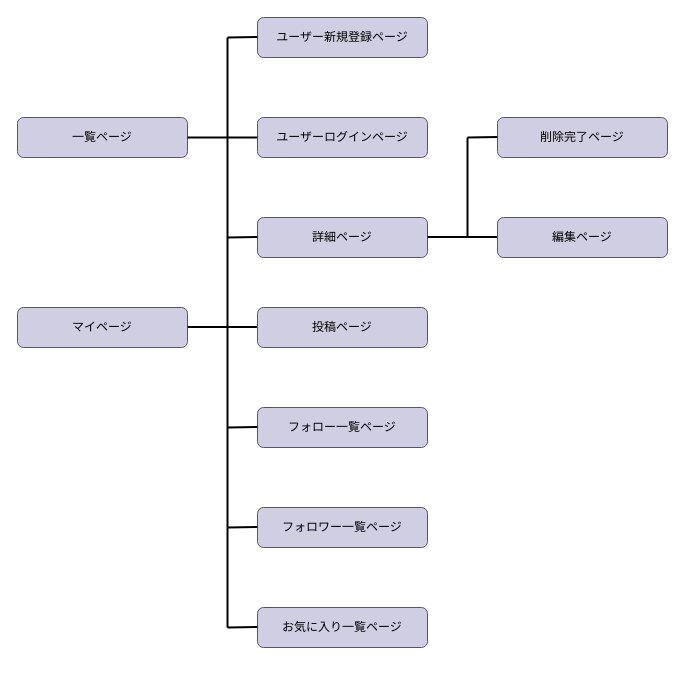
Above: navigation_flow.dio in hara0510/eatlog (draw.io), before the change. Source tidied: cells renumbered, new cells numbered last; positions are measured from the earlier drawing's top-left corner, leaving out a move shared by most shapes. Both pictures are drawn from the tidied source at 100%, with x=0, y=0 at pixel (17, 17).
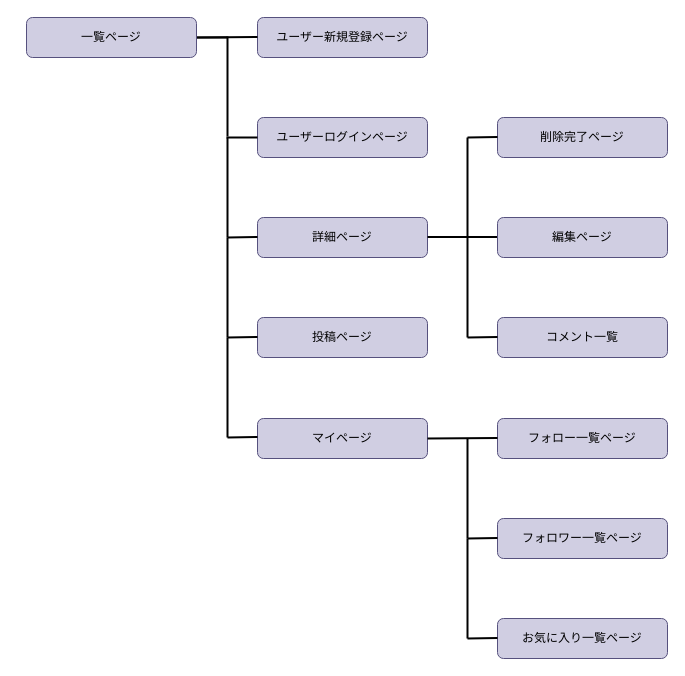
The same page after the edit.

The change refers to these unchanged cells:
```xml
<mxCell id="4" value="&lt;font color=&quot;#000000&quot;&gt;ユーザーログインページ&lt;/font&gt;" style="rounded=1;whiteSpace=wrap;html=1;fillColor=#d0cee2;strokeColor=#56517e;" parent="1" vertex="1">
  <mxGeometry x="240" y="100" width="170" height="40" as="geometry" />
</mxCell>
```

Diff of the diagram source:
```diff
@@
     <mxCell id="2" value="&lt;font color=&quot;#000000&quot;&gt;マイページ&lt;/font&gt;" style="rounded=1;whiteSpace=wrap;html=1;fillColor=#d0cee2;strokeColor=#56517e;" parent="1" vertex="1">
-      <mxGeometry y="290" width="170" height="40" as="geometry" />
+      <mxGeometry x="240" y="401" width="170" height="40" as="geometry" />
     </mxCell>
-    <mxCell id="3" value="&lt;font color=&quot;#000000&quot;&gt;一覧ページ&lt;/font&gt;" style="rounded=1;whiteSpace=wrap;html=1;fillColor=#d0cee2;strokeColor=#56517e;" parent="1" vertex="1">
-      <mxGeometry y="100" width="170" height="40" as="geometry" />
-    </mxCell>
@@
-    <mxCell id="5" style="endArrow=none;html=1;fontColor=#000000;exitX=1;exitY=0.5;exitDx=0;exitDy=0;entryX=0;entryY=0.5;entryDx=0;entryDy=0;strokeColor=#000000;strokeWidth=2;" parent="1" edge="1" source="3" target="4">
-      <mxGeometry relative="1" as="geometry" />
+    <mxCell id="5" style="endArrow=none;html=1;fontColor=#000000;entryX=0;entryY=0.5;entryDx=0;entryDy=0;strokeColor=#000000;strokeWidth=2;" parent="1" edge="1" target="4">
+      <mxGeometry relative="1" as="geometry">
+        <mxPoint x="209" y="120" as="sourcePoint" />
+      </mxGeometry>
     </mxCell>
@@
-    <mxCell id="7" style="endArrow=none;html=1;fontColor=#000000;exitX=1;exitY=0.5;exitDx=0;exitDy=0;entryX=0;entryY=0.5;entryDx=0;entryDy=0;strokeColor=#000000;strokeWidth=2;" parent="1" edge="1">
-      <mxGeometry relative="1" as="geometry">
-        <mxPoint x="170" y="309.5" as="sourcePoint" />
-        <mxPoint x="240" y="309.5" as="targetPoint" />
-      </mxGeometry>
-    </mxCell>
     <mxCell id="8" value="&lt;font color=&quot;#000000&quot;&gt;投稿ページ&lt;/font&gt;" style="rounded=1;whiteSpace=wrap;html=1;fillColor=#d0cee2;strokeColor=#56517e;" parent="1" vertex="1">
-      <mxGeometry x="240" y="290" width="170" height="40" as="geometry" />
+      <mxGeometry x="240" y="300" width="170" height="40" as="geometry" />
     </mxCell>
@@
-    <mxCell id="10" style="endArrow=none;html=1;fontColor=#000000;exitX=0.5;exitY=1;exitDx=0;exitDy=0;strokeColor=#000000;strokeWidth=2;" parent="1" edge="1">
-      <mxGeometry relative="1" as="geometry">
-        <mxPoint x="210" y="120" as="sourcePoint" />
-        <mxPoint x="210" y="310" as="targetPoint" />
-      </mxGeometry>
-    </mxCell>
@@
-    <mxCell id="12" style="endArrow=none;html=1;fontColor=#000000;exitX=0.5;exitY=1;exitDx=0;exitDy=0;strokeColor=#000000;strokeWidth=2;" parent="1" edge="1">
-      <mxGeometry relative="1" as="geometry">
-        <mxPoint x="210" y="20" as="sourcePoint" />
-        <mxPoint x="210" y="120" as="targetPoint" />
-      </mxGeometry>
-    </mxCell>
-    <mxCell id="13" style="endArrow=none;html=1;fontColor=#000000;entryX=0;entryY=0.5;entryDx=0;entryDy=0;strokeColor=#000000;strokeWidth=2;" parent="1" edge="1">
+    <mxCell id="13" style="endArrow=none;html=1;fontColor=#000000;entryX=0;entryY=0.5;entryDx=0;entryDy=0;strokeColor=#000000;strokeWidth=2;exitX=1;exitY=0.5;exitDx=0;exitDy=0;" parent="1" edge="1" source="3">
       <mxGeometry relative="1" as="geometry">
-        <mxPoint x="210" y="20" as="sourcePoint" />
         <mxPoint x="240" y="19.5" as="targetPoint" />
       </mxGeometry>
     </mxCell>
@@
     <mxCell id="19" value="&lt;font color=&quot;#000000&quot;&gt;フォロー一覧ページ&lt;/font&gt;" style="rounded=1;whiteSpace=wrap;html=1;fillColor=#d0cee2;strokeColor=#56517e;" parent="1" vertex="1">
-      <mxGeometry x="240" y="390" width="170" height="40" as="geometry" />
+      <mxGeometry x="480" y="401" width="170" height="40" as="geometry" />
     </mxCell>
-    <mxCell id="20" style="endArrow=none;html=1;fontColor=#000000;exitX=0.5;exitY=1;exitDx=0;exitDy=0;strokeColor=#000000;strokeWidth=2;" parent="1" edge="1">
-      <mxGeometry relative="1" as="geometry">
-        <mxPoint x="210" y="310" as="sourcePoint" />
-        <mxPoint x="210" y="410" as="targetPoint" />
-      </mxGeometry>
-    </mxCell>
-    <mxCell id="21" style="endArrow=none;html=1;fontColor=#000000;entryX=0;entryY=0.5;entryDx=0;entryDy=0;strokeColor=#000000;strokeWidth=2;" parent="1" edge="1">
+    <mxCell id="21" style="endArrow=none;html=1;fontColor=#000000;entryX=0;entryY=0.5;entryDx=0;entryDy=0;strokeColor=#000000;strokeWidth=2;exitX=1;exitY=0.5;exitDx=0;exitDy=0;" parent="1" edge="1" source="2">
       <mxGeometry relative="1" as="geometry">
-        <mxPoint x="210" y="410" as="sourcePoint" />
-        <mxPoint x="240" y="409.5" as="targetPoint" />
+        <mxPoint x="480" y="420.5" as="targetPoint" />
       </mxGeometry>
     </mxCell>
     <mxCell id="22" value="&lt;font color=&quot;#000000&quot;&gt;フォロワー一覧ページ&lt;/font&gt;" style="rounded=1;whiteSpace=wrap;html=1;fillColor=#d0cee2;strokeColor=#56517e;" parent="1" vertex="1">
-      <mxGeometry x="240" y="490" width="170" height="40" as="geometry" />
+      <mxGeometry x="480" y="501" width="170" height="40" as="geometry" />
     </mxCell>
     <mxCell id="23" style="endArrow=none;html=1;fontColor=#000000;exitX=0.5;exitY=1;exitDx=0;exitDy=0;strokeColor=#000000;strokeWidth=2;" parent="1" edge="1">
       <mxGeometry relative="1" as="geometry">
-        <mxPoint x="210" y="410" as="sourcePoint" />
-        <mxPoint x="210" y="510" as="targetPoint" />
+        <mxPoint x="450" y="421" as="sourcePoint" />
+        <mxPoint x="450" y="521" as="targetPoint" />
       </mxGeometry>
     </mxCell>
     <mxCell id="24" style="endArrow=none;html=1;fontColor=#000000;entryX=0;entryY=0.5;entryDx=0;entryDy=0;strokeColor=#000000;strokeWidth=2;" parent="1" edge="1">
       <mxGeometry relative="1" as="geometry">
-        <mxPoint x="210" y="510" as="sourcePoint" />
-        <mxPoint x="240" y="509.5" as="targetPoint" />
+        <mxPoint x="450" y="521" as="sourcePoint" />
+        <mxPoint x="480" y="520.5" as="targetPoint" />
       </mxGeometry>
     </mxCell>
     <mxCell id="25" value="&lt;font color=&quot;#000000&quot;&gt;お気に入り一覧ページ&lt;/font&gt;" style="rounded=1;whiteSpace=wrap;html=1;fillColor=#d0cee2;strokeColor=#56517e;" parent="1" vertex="1">
-      <mxGeometry x="240" y="590" width="170" height="40" as="geometry" />
+      <mxGeometry x="480" y="601" width="170" height="40" as="geometry" />
     </mxCell>
     <mxCell id="26" style="endArrow=none;html=1;fontColor=#000000;exitX=0.5;exitY=1;exitDx=0;exitDy=0;strokeColor=#000000;strokeWidth=2;" parent="1" edge="1">
       <mxGeometry relative="1" as="geometry">
-        <mxPoint x="210" y="510" as="sourcePoint" />
-        <mxPoint x="210" y="610" as="targetPoint" />
+        <mxPoint x="450" y="521" as="sourcePoint" />
+        <mxPoint x="450" y="621" as="targetPoint" />
       </mxGeometry>
     </mxCell>
     <mxCell id="27" style="endArrow=none;html=1;fontColor=#000000;entryX=0;entryY=0.5;entryDx=0;entryDy=0;strokeColor=#000000;strokeWidth=2;" parent="1" edge="1">
       <mxGeometry relative="1" as="geometry">
-        <mxPoint x="210" y="610" as="sourcePoint" />
-        <mxPoint x="240" y="609.5" as="targetPoint" />
+        <mxPoint x="450" y="621" as="sourcePoint" />
+        <mxPoint x="480" y="620.5" as="targetPoint" />
       </mxGeometry>
     </mxCell>
+    <mxCell id="28" style="endArrow=none;html=1;fontColor=#000000;exitX=0.5;exitY=1;exitDx=0;exitDy=0;strokeColor=#000000;strokeWidth=2;" parent="1" edge="1">
+      <mxGeometry relative="1" as="geometry">
+        <mxPoint x="210" y="320" as="sourcePoint" />
+        <mxPoint x="210" y="420" as="targetPoint" />
+      </mxGeometry>
+    </mxCell>
+    <mxCell id="29" style="endArrow=none;html=1;fontColor=#000000;entryX=0;entryY=0.5;entryDx=0;entryDy=0;strokeColor=#000000;strokeWidth=2;" parent="1" edge="1">
+      <mxGeometry relative="1" as="geometry">
+        <mxPoint x="210" y="420" as="sourcePoint" />
+        <mxPoint x="240" y="419.5" as="targetPoint" />
+      </mxGeometry>
+    </mxCell>
+    <mxCell id="30" style="endArrow=none;html=1;fontColor=#000000;exitX=0.5;exitY=1;exitDx=0;exitDy=0;strokeColor=#000000;strokeWidth=2;" parent="1" edge="1">
+      <mxGeometry relative="1" as="geometry">
+        <mxPoint x="210" y="220" as="sourcePoint" />
+        <mxPoint x="210" y="320" as="targetPoint" />
+      </mxGeometry>
+    </mxCell>
+    <mxCell id="31" style="endArrow=none;html=1;fontColor=#000000;entryX=0;entryY=0.5;entryDx=0;entryDy=0;strokeColor=#000000;strokeWidth=2;" parent="1" edge="1">
+      <mxGeometry relative="1" as="geometry">
+        <mxPoint x="210" y="320" as="sourcePoint" />
+        <mxPoint x="240" y="319.5" as="targetPoint" />
+      </mxGeometry>
+    </mxCell>
+    <mxCell id="32" style="endArrow=none;html=1;fontColor=#000000;exitX=0.5;exitY=1;exitDx=0;exitDy=0;strokeColor=#000000;strokeWidth=2;" parent="1" edge="1">
+      <mxGeometry relative="1" as="geometry">
+        <mxPoint x="210" y="120" as="sourcePoint" />
+        <mxPoint x="210" y="220" as="targetPoint" />
+      </mxGeometry>
+    </mxCell>
+    <mxCell id="33" value="&lt;font color=&quot;#000000&quot;&gt;コメント一覧&lt;/font&gt;" style="rounded=1;whiteSpace=wrap;html=1;fillColor=#d0cee2;strokeColor=#56517e;" parent="1" vertex="1">
+      <mxGeometry x="480" y="300" width="170" height="40" as="geometry" />
+    </mxCell>
+    <mxCell id="34" style="endArrow=none;html=1;fontColor=#000000;exitX=0.5;exitY=1;exitDx=0;exitDy=0;strokeColor=#000000;strokeWidth=2;" parent="1" edge="1">
+      <mxGeometry relative="1" as="geometry">
+        <mxPoint x="450" y="220" as="sourcePoint" />
+        <mxPoint x="450" y="320" as="targetPoint" />
+      </mxGeometry>
+    </mxCell>
+    <mxCell id="35" style="endArrow=none;html=1;fontColor=#000000;entryX=0;entryY=0.5;entryDx=0;entryDy=0;strokeColor=#000000;strokeWidth=2;" parent="1" edge="1">
+      <mxGeometry relative="1" as="geometry">
+        <mxPoint x="450" y="320" as="sourcePoint" />
+        <mxPoint x="480" y="319.5" as="targetPoint" />
+      </mxGeometry>
+    </mxCell>
+    <mxCell id="36" style="endArrow=none;html=1;fontColor=#000000;exitX=0.5;exitY=1;exitDx=0;exitDy=0;strokeColor=#000000;strokeWidth=2;" parent="1" edge="1" target="3">
+      <mxGeometry relative="1" as="geometry">
+        <mxPoint x="210" y="20" as="sourcePoint" />
+      </mxGeometry>
+    </mxCell>
+    <mxCell id="3" value="&lt;font color=&quot;#000000&quot;&gt;一覧ページ&lt;/font&gt;" style="rounded=1;whiteSpace=wrap;html=1;fillColor=#d0cee2;strokeColor=#56517e;" parent="1" vertex="1">
+      <mxGeometry x="9" width="170" height="40" as="geometry" />
+    </mxCell>
+    <mxCell id="37" style="endArrow=none;html=1;fontColor=#000000;exitX=0.5;exitY=1;exitDx=0;exitDy=0;strokeColor=#000000;strokeWidth=2;" parent="1" edge="1">
+      <mxGeometry relative="1" as="geometry">
+        <mxPoint x="210" y="19" as="sourcePoint" />
+        <mxPoint x="210" y="119" as="targetPoint" />
+      </mxGeometry>
+    </mxCell>
```
